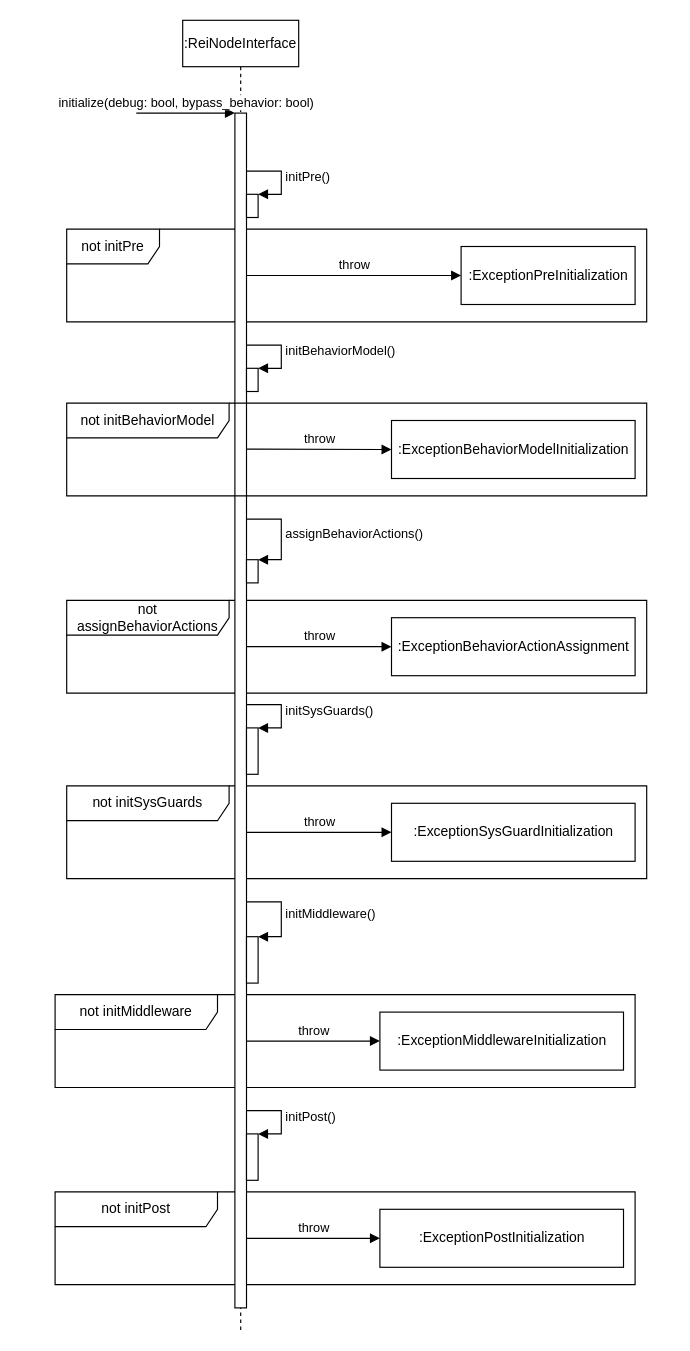
Before: page "ExceptionHandling" (2 of 2) of rei_node_library/design/reinodedesign.drawio in kyberszittya/rei_environment, a draw.io diagram. Source tidied: cells renumbered, new cells numbered last; positions are measured from the earlier drawing's top-left corner, leaving out a move shared by most shapes. Both pictures are drawn from the tidied source at 116%, with x=0, y=0 at pixel (55, 20).
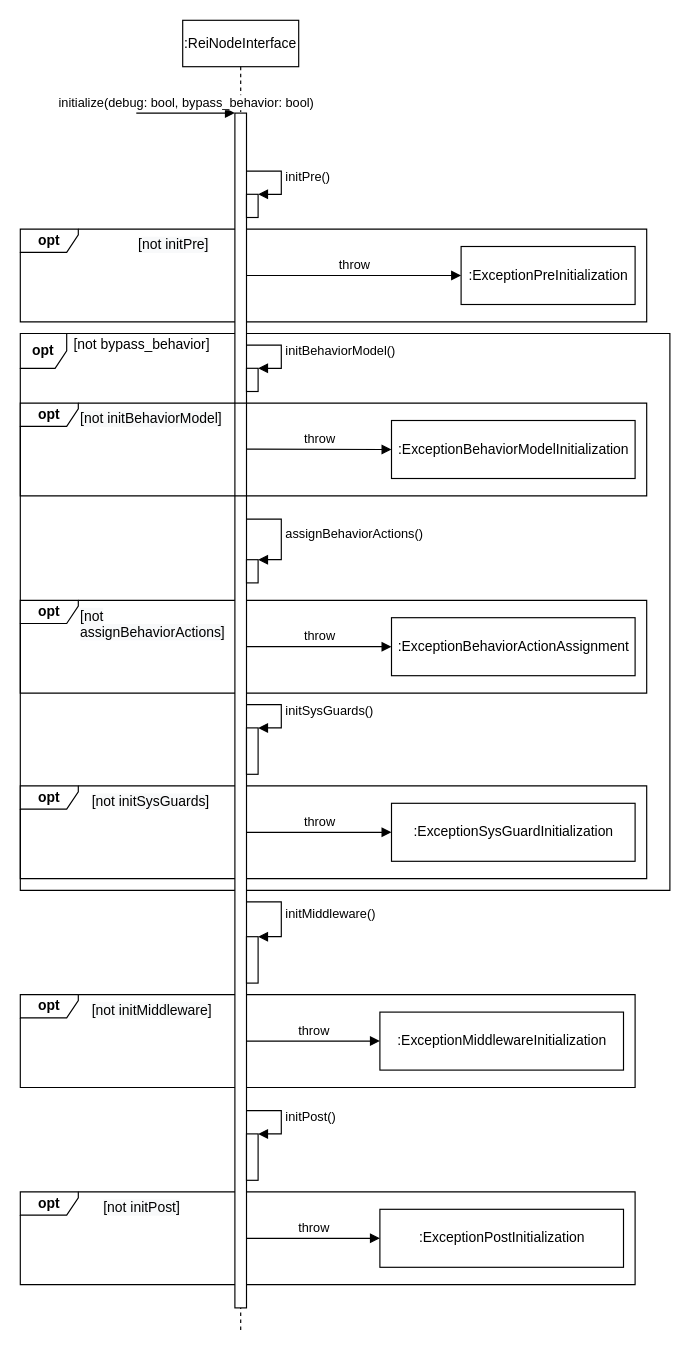
After the change.

Diff of the diagram source:
```diff
@@
+    <mxCell id="35" value="&lt;b&gt;opt&lt;/b&gt;" style="shape=umlFrame;whiteSpace=wrap;html=1;width=40;height=30;" parent="1" vertex="1">
+      <mxGeometry x="-30" y="270" width="560" height="480" as="geometry" />
+    </mxCell>
-    <mxCell id="2" value="not initPost" style="shape=umlFrame;whiteSpace=wrap;html=1;width=140;height=30;" parent="1" vertex="1">
-      <mxGeometry y="1010" width="500" height="80" as="geometry" />
+    <mxCell id="2" value="opt" style="shape=umlFrame;whiteSpace=wrap;html=1;width=50;height=20;fontStyle=1;" parent="1" vertex="1">
+      <mxGeometry x="-30" y="1010" width="530" height="80" as="geometry" />
     </mxCell>
-    <mxCell id="3" value="not initMiddleware" style="shape=umlFrame;whiteSpace=wrap;html=1;width=140;height=30;" parent="1" vertex="1">
-      <mxGeometry y="840" width="500" height="80" as="geometry" />
+    <mxCell id="3" value="opt" style="shape=umlFrame;whiteSpace=wrap;html=1;width=50;height=20;fontStyle=1;" parent="1" vertex="1">
+      <mxGeometry x="-30" y="840" width="530" height="80" as="geometry" />
     </mxCell>
-    <mxCell id="4" value="not initSysGuards" style="shape=umlFrame;whiteSpace=wrap;html=1;width=140;height=30;" parent="1" vertex="1">
-      <mxGeometry x="10" y="660" width="500" height="80" as="geometry" />
+    <mxCell id="4" value="opt" style="shape=umlFrame;whiteSpace=wrap;html=1;width=50;height=20;fontStyle=1;" parent="1" vertex="1">
+      <mxGeometry x="-30" y="660" width="540" height="80" as="geometry" />
     </mxCell>
-    <mxCell id="5" value="not assignBehaviorActions" style="shape=umlFrame;whiteSpace=wrap;html=1;width=140;height=30;" parent="1" vertex="1">
-      <mxGeometry x="10" y="500" width="500" height="80" as="geometry" />
+    <mxCell id="5" value="opt" style="shape=umlFrame;whiteSpace=wrap;html=1;width=50;height=20;fontStyle=1;" parent="1" vertex="1">
+      <mxGeometry x="-30" y="500" width="540" height="80" as="geometry" />
     </mxCell>
-    <mxCell id="6" value="not initPre" style="shape=umlFrame;whiteSpace=wrap;html=1;width=80;height=30;" parent="1" vertex="1">
-      <mxGeometry x="10" y="180" width="500" height="80" as="geometry" />
+    <mxCell id="6" value="opt" style="shape=umlFrame;whiteSpace=wrap;html=1;width=50;height=20;fontStyle=1;" parent="1" vertex="1">
+      <mxGeometry x="-30" y="180" width="540" height="80" as="geometry" />
     </mxCell>
@@
-    <mxCell id="24" value="not initBehaviorModel" style="shape=umlFrame;whiteSpace=wrap;html=1;width=140;height=30;" parent="1" vertex="1">
-      <mxGeometry x="10" y="330" width="500" height="80" as="geometry" />
+    <mxCell id="24" value="opt" style="shape=umlFrame;whiteSpace=wrap;html=1;width=50;height=20;fontStyle=1;" parent="1" vertex="1">
+      <mxGeometry x="-30" y="330" width="540" height="80" as="geometry" />
     </mxCell>
@@
+    <mxCell id="36" value="&lt;span style=&quot;color: rgb(0 , 0 , 0) ; font-family: &amp;#34;helvetica&amp;#34; ; font-size: 12px ; font-style: normal ; font-weight: 400 ; letter-spacing: normal ; text-align: center ; text-indent: 0px ; text-transform: none ; word-spacing: 0px ; background-color: rgb(248 , 249 , 250) ; display: inline ; float: none&quot;&gt;[not initPre]&lt;/span&gt;" style="text;whiteSpace=wrap;html=1;" parent="1" vertex="1">
+      <mxGeometry x="70" y="180" width="70" height="30" as="geometry" />
+    </mxCell>
+    <mxCell id="37" value="&lt;span style=&quot;color: rgb(0 , 0 , 0) ; font-family: &amp;#34;helvetica&amp;#34; ; font-size: 12px ; font-style: normal ; font-weight: 400 ; letter-spacing: normal ; text-align: center ; text-indent: 0px ; text-transform: none ; word-spacing: 0px ; background-color: rgb(248 , 249 , 250) ; display: inline ; float: none&quot;&gt;[not initBehaviorModel]&lt;/span&gt;" style="text;whiteSpace=wrap;html=1;" parent="1" vertex="1">
+      <mxGeometry x="20" y="330" width="140" height="30" as="geometry" />
+    </mxCell>
+    <mxCell id="38" value="&lt;span style=&quot;color: rgb(0 , 0 , 0) ; font-family: &amp;#34;helvetica&amp;#34; ; font-size: 12px ; font-style: normal ; font-weight: 400 ; letter-spacing: normal ; text-align: center ; text-indent: 0px ; text-transform: none ; word-spacing: 0px ; background-color: rgb(248 , 249 , 250) ; display: inline ; float: none&quot;&gt;[not &lt;br&gt;assignBehaviorActions]&lt;/span&gt;" style="text;whiteSpace=wrap;html=1;" parent="1" vertex="1">
+      <mxGeometry x="20" y="500" width="170" height="30" as="geometry" />
+    </mxCell>
+    <mxCell id="39" value="&lt;span style=&quot;color: rgb(0 , 0 , 0) ; font-family: &amp;#34;helvetica&amp;#34; ; font-size: 12px ; font-style: normal ; font-weight: 400 ; letter-spacing: normal ; text-align: center ; text-indent: 0px ; text-transform: none ; word-spacing: 0px ; background-color: rgb(248 , 249 , 250) ; display: inline ; float: none&quot;&gt;[not initSysGuards]&lt;/span&gt;" style="text;whiteSpace=wrap;html=1;" parent="1" vertex="1">
+      <mxGeometry x="30" y="660" width="120" height="30" as="geometry" />
+    </mxCell>
+    <mxCell id="40" value="&lt;span style=&quot;color: rgb(0 , 0 , 0) ; font-family: &amp;#34;helvetica&amp;#34; ; font-size: 12px ; font-style: normal ; font-weight: 400 ; letter-spacing: normal ; text-align: center ; text-indent: 0px ; text-transform: none ; word-spacing: 0px ; background-color: rgb(248 , 249 , 250) ; display: inline ; float: none&quot;&gt;[not initMiddleware]&lt;/span&gt;" style="text;whiteSpace=wrap;html=1;" parent="1" vertex="1">
+      <mxGeometry x="30" y="840" width="120" height="30" as="geometry" />
+    </mxCell>
+    <mxCell id="41" value="&lt;span style=&quot;color: rgb(0 , 0 , 0) ; font-family: &amp;#34;helvetica&amp;#34; ; font-size: 12px ; font-style: normal ; font-weight: 400 ; letter-spacing: normal ; text-align: center ; text-indent: 0px ; text-transform: none ; word-spacing: 0px ; background-color: rgb(248 , 249 , 250) ; display: inline ; float: none&quot;&gt;[not initPost]&lt;/span&gt;" style="text;whiteSpace=wrap;html=1;" parent="1" vertex="1">
+      <mxGeometry x="40" y="1010" width="80" height="30" as="geometry" />
+    </mxCell>
+    <mxCell id="42" value="[not bypass_behavior]" style="text;html=1;strokeColor=none;fillColor=none;align=center;verticalAlign=middle;whiteSpace=wrap;rounded=0;" parent="1" vertex="1">
+      <mxGeometry x="10" y="270" width="130" height="20" as="geometry" />
+    </mxCell>
```
